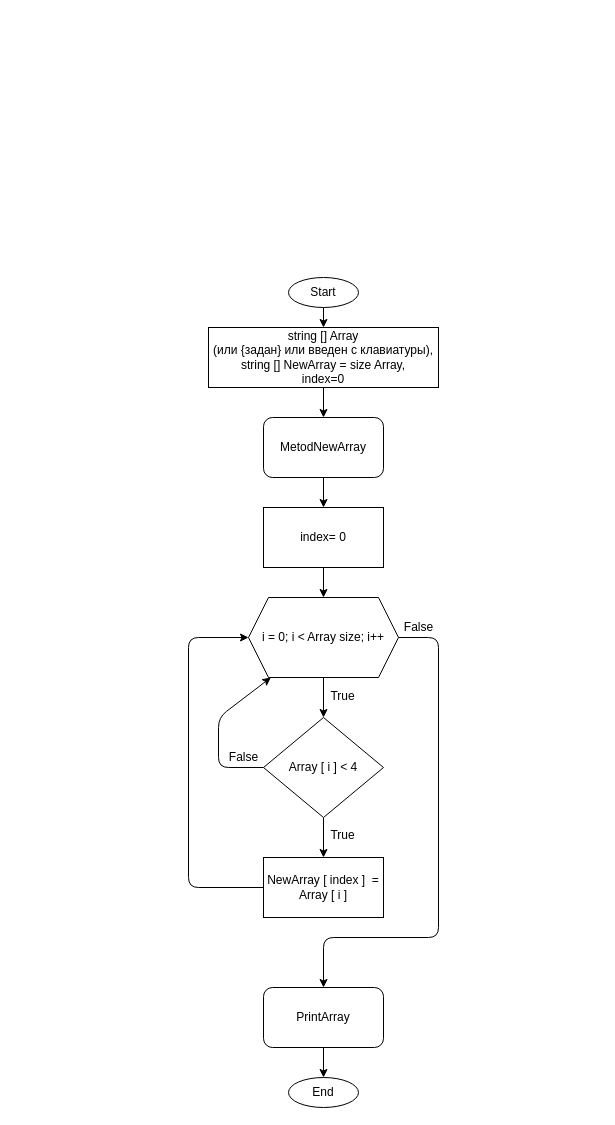
The draw.io diagram blok-schema.drawio in AndreyGitHubs/practical-work, before the edit. Source tidied: cells renumbered, new cells numbered last; positions are measured from the earlier drawing's top-left corner, leaving out a move shared by most shapes. Both pictures are drawn from the tidied source at 100%, with x=0, y=0 at pixel (188, 277).
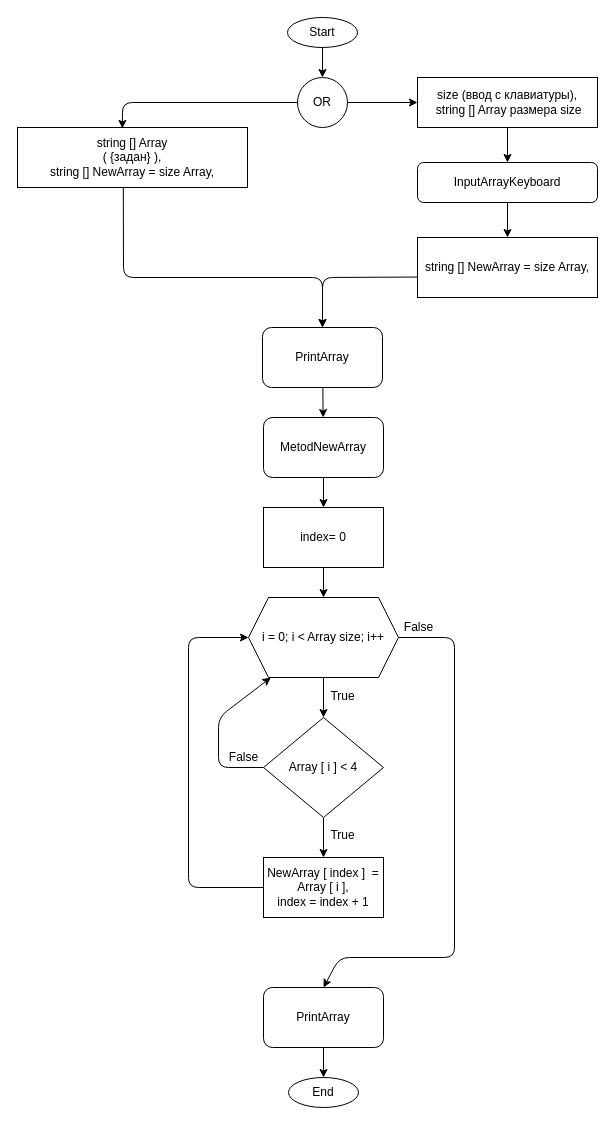
Above is the later version.

The change refers to these unchanged cells:
```xml
<mxCell id="7" value="i = 0; i &amp;lt; Array size; i++" style="shape=hexagon;perimeter=hexagonPerimeter2;whiteSpace=wrap;html=1;fixedSize=1;" parent="1" vertex="1">
  <mxGeometry x="60" y="320" width="150" height="80" as="geometry" />
</mxCell>
<mxCell id="9" value="MetodNewArray" style="rounded=1;whiteSpace=wrap;html=1;" parent="1" vertex="1">
  <mxGeometry x="75" y="140" width="120" height="60" as="geometry" />
</mxCell>
<mxCell id="21" value="PrintArray" style="rounded=1;whiteSpace=wrap;html=1;" parent="1" vertex="1">
  <mxGeometry x="75" y="710" width="120" height="60" as="geometry" />
</mxCell>
```

Diff of the diagram source:
```diff
@@
-    <mxCell id="2" style="edgeStyle=none;html=1;exitX=0.5;exitY=1;exitDx=0;exitDy=0;entryX=0.5;entryY=0;entryDx=0;entryDy=0;" parent="1" edge="1" source="3" target="5">
-      <mxGeometry relative="1" as="geometry" />
-    </mxCell>
     <mxCell id="3" value="Start" style="ellipse;whiteSpace=wrap;html=1;" parent="1" vertex="1">
-      <mxGeometry x="100" width="70" height="30" as="geometry" />
+      <mxGeometry x="99" y="-260" width="70" height="30" as="geometry" />
     </mxCell>
-    <mxCell id="4" style="edgeStyle=none;html=1;exitX=0.5;exitY=1;exitDx=0;exitDy=0;entryX=0.5;entryY=0;entryDx=0;entryDy=0;" parent="1" edge="1" source="5" target="9">
-      <mxGeometry relative="1" as="geometry" />
-    </mxCell>
-    <mxCell id="5" value="string [] Array &lt;br&gt;(или {задан} или введен с клавиатуры),&lt;br&gt;string [] NewArray = size Array,&lt;br&gt;index=0" style="rounded=0;whiteSpace=wrap;html=1;" parent="1" vertex="1">
-      <mxGeometry x="20" y="50" width="230" height="60" as="geometry" />
+    <mxCell id="5" value="string [] Array &lt;br&gt;( {задан} ),&lt;br&gt;string [] NewArray = size Array," style="rounded=0;whiteSpace=wrap;html=1;" parent="1" vertex="1">
+      <mxGeometry x="-171" y="-150" width="230" height="60" as="geometry" />
     </mxCell>
@@
-    <mxCell id="14" value="NewArray [ index ]&amp;nbsp; = Array [ i ]" style="rounded=0;whiteSpace=wrap;html=1;" parent="1" vertex="1">
+    <mxCell id="14" value="NewArray [ index ]&amp;nbsp; = Array [ i ],&lt;br&gt;index = index + 1" style="rounded=0;whiteSpace=wrap;html=1;" parent="1" vertex="1">
       <mxGeometry x="75" y="580" width="120" height="60" as="geometry" />
     </mxCell>
@@
     <mxCell id="18" style="endArrow=classic;html=1;exitX=1;exitY=0.5;exitDx=0;exitDy=0;entryX=0.5;entryY=0;entryDx=0;entryDy=0;" parent="1" edge="1" source="7" target="21">
       <mxGeometry relative="1" as="geometry">
         <Array as="points">
-          <mxPoint x="250" y="360" />
-          <mxPoint x="250" y="660" />
-          <mxPoint x="135" y="660" />
+          <mxPoint x="266" y="360" />
+          <mxPoint x="266" y="680" />
+          <mxPoint x="151" y="680" />
         </Array>
       </mxGeometry>
     </mxCell>
@@
+    <mxCell id="25" style="edgeStyle=none;html=1;" parent="1" edge="1" source="26" target="30">
+      <mxGeometry relative="1" as="geometry" />
+    </mxCell>
+    <mxCell id="26" value="size (ввод с клавиатуры),&lt;br&gt;&amp;nbsp;string [] Array размера size" style="rounded=0;whiteSpace=wrap;html=1;" parent="1" vertex="1">
+      <mxGeometry x="229" y="-200" width="180" height="50" as="geometry" />
+    </mxCell>
+    <mxCell id="27" style="edgeStyle=none;html=1;entryX=0.5;entryY=0;entryDx=0;entryDy=0;exitX=0.007;exitY=0.659;exitDx=0;exitDy=0;exitPerimeter=0;" parent="1" edge="1" source="28">
+      <mxGeometry relative="1" as="geometry">
+        <mxPoint x="134" y="50" as="targetPoint" />
+        <Array as="points">
+          <mxPoint x="134" />
+        </Array>
+      </mxGeometry>
+    </mxCell>
+    <mxCell id="28" value="&lt;span&gt;string [] NewArray = size Array,&lt;/span&gt;" style="rounded=0;whiteSpace=wrap;html=1;" parent="1" vertex="1">
+      <mxGeometry x="229" y="-40" width="180" height="60" as="geometry" />
+    </mxCell>
+    <mxCell id="29" style="edgeStyle=none;html=1;" parent="1" edge="1" source="30" target="28">
+      <mxGeometry relative="1" as="geometry" />
+    </mxCell>
+    <mxCell id="30" value="InputArrayKeyboard" style="rounded=1;whiteSpace=wrap;html=1;" parent="1" vertex="1">
+      <mxGeometry x="229" y="-115" width="180" height="40" as="geometry" />
+    </mxCell>
+    <mxCell id="31" style="endArrow=classic;html=1;exitX=0.46;exitY=0.989;exitDx=0;exitDy=0;exitPerimeter=0;entryX=0.5;entryY=0;entryDx=0;entryDy=0;" parent="1" edge="1" source="5">
+      <mxGeometry relative="1" as="geometry">
+        <mxPoint x="134" y="50" as="targetPoint" />
+        <Array as="points">
+          <mxPoint x="-65" />
+          <mxPoint x="134" />
+        </Array>
+      </mxGeometry>
+    </mxCell>
+    <mxCell id="32" style="edgeStyle=none;html=1;entryX=0;entryY=0.5;entryDx=0;entryDy=0;" parent="1" edge="1" source="34" target="26">
+      <mxGeometry relative="1" as="geometry" />
+    </mxCell>
+    <mxCell id="33" style="edgeStyle=none;html=1;entryX=0.456;entryY=0.015;entryDx=0;entryDy=0;entryPerimeter=0;" parent="1" edge="1" source="34" target="5">
+      <mxGeometry relative="1" as="geometry">
+        <Array as="points">
+          <mxPoint x="-66" y="-175" />
+        </Array>
+      </mxGeometry>
+    </mxCell>
+    <mxCell id="34" value="OR" style="ellipse;whiteSpace=wrap;html=1;" parent="1" vertex="1">
+      <mxGeometry x="109" y="-200" width="50" height="50" as="geometry" />
+    </mxCell>
+    <mxCell id="35" style="endArrow=classic;html=1;exitX=0.5;exitY=1;exitDx=0;exitDy=0;entryX=0.5;entryY=0;entryDx=0;entryDy=0;" parent="1" edge="1" source="3" target="34">
+      <mxGeometry relative="1" as="geometry" />
+    </mxCell>
+    <mxCell id="36" style="edgeStyle=none;html=1;" parent="1" edge="1" source="37" target="9">
+      <mxGeometry relative="1" as="geometry" />
+    </mxCell>
+    <mxCell id="37" value="PrintArray" style="rounded=1;whiteSpace=wrap;html=1;" parent="1" vertex="1">
+      <mxGeometry x="74" y="50" width="120" height="60" as="geometry" />
+    </mxCell>
```
